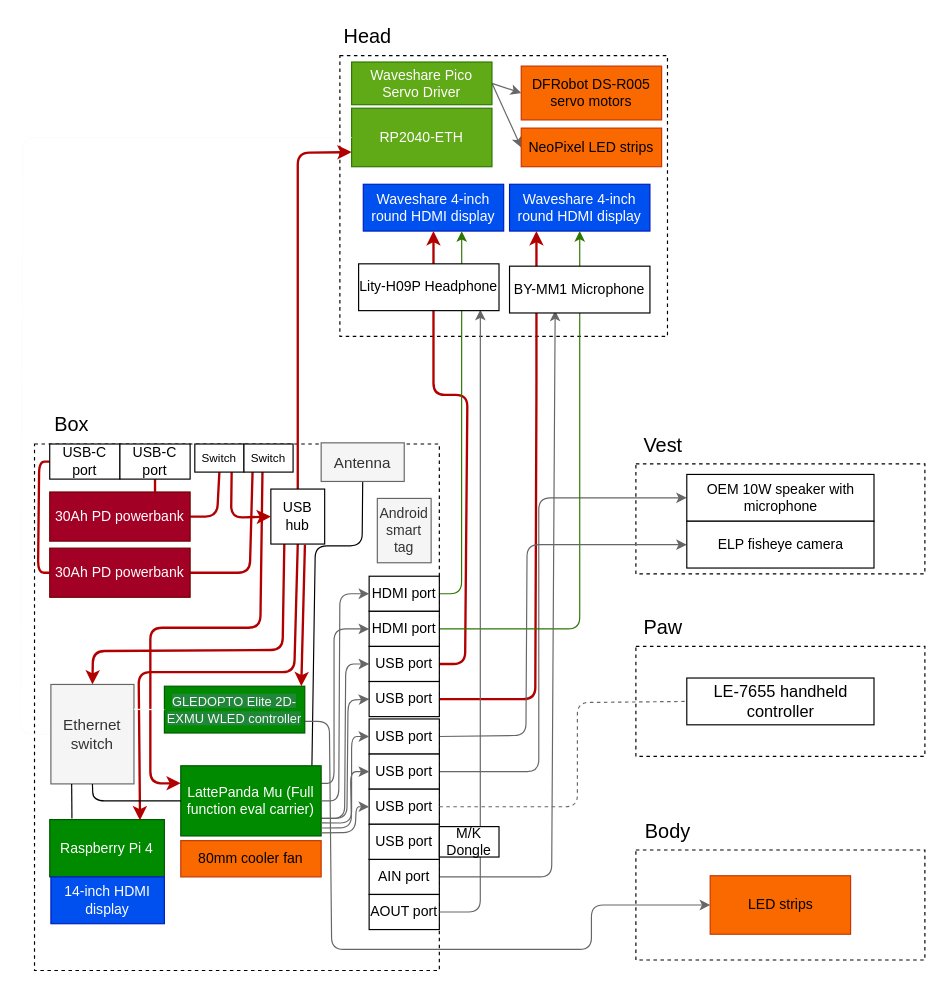
This is Planning/Hardware.drawio from MekhyW/DYNAMO2-Electronic-Fursuit-3.0, a draw.io file, before an edit. Source tidied: cells renumbered, new cells numbered last; positions are measured from the earlier drawing's top-left corner, leaving out a move shared by most shapes. Both pictures are drawn from the tidied source at 117%, with x=0, y=0 at pixel (20, 20).
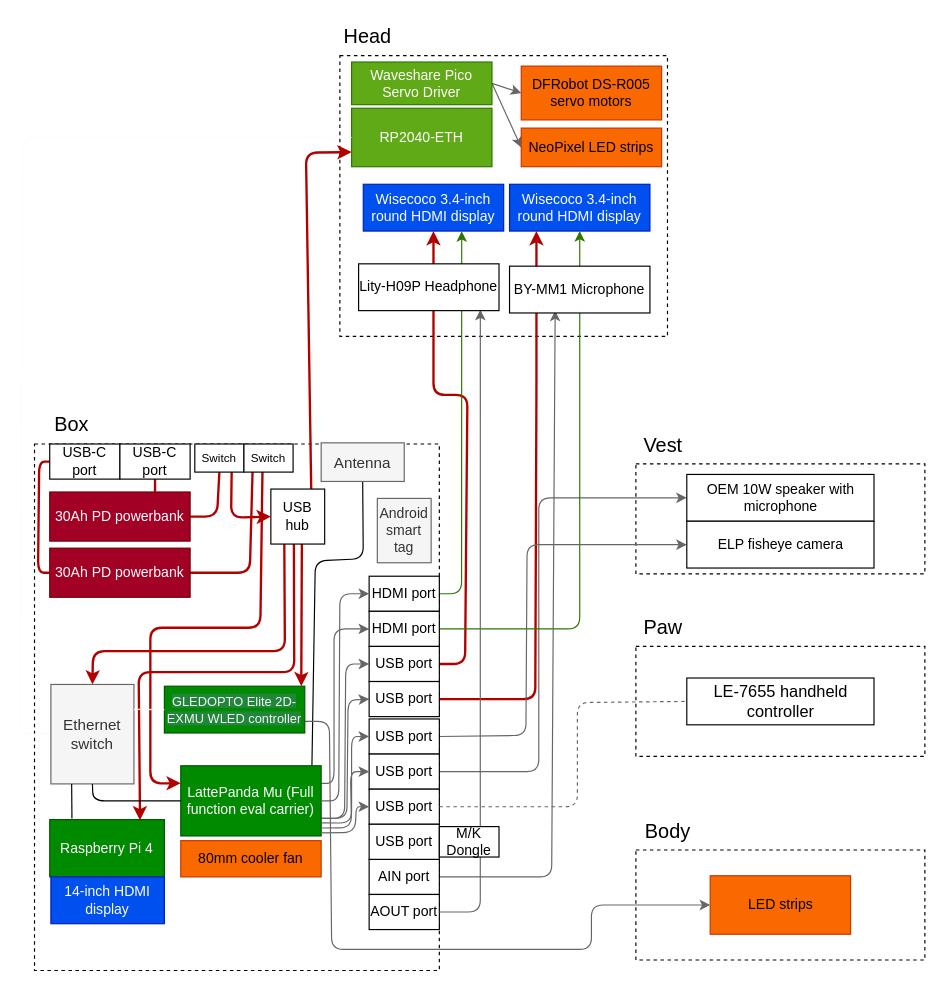
The same page after the edit.

Commit message (it also covers changes not shown here):
eye screens have to be 3.4-inch not 4-inch

Unchanged cells that the change refers to:
```xml
<mxCell id="6" value="RP2040-ETH" style="rounded=0;whiteSpace=wrap;html=1;fillColor=#60a917;fontColor=#ffffff;strokeColor=#2D7600;" parent="1" vertex="1">
  <mxGeometry x="283" y="75" width="120" height="50" as="geometry" />
</mxCell>
<mxCell id="18" value="LattePanda Mu (Full function eval carrier)" style="rounded=0;whiteSpace=wrap;html=1;fillColor=#008a00;fontColor=#ffffff;strokeColor=#005700;" parent="1" vertex="1">
  <mxGeometry x="137" y="637" width="120" height="60" as="geometry" />
</mxCell>
<mxCell id="20" value="&lt;span style=&quot;box-sizing: inherit; user-select: text; cursor: text; background: none 0% 0% / auto repeat scroll padding-box border-box rgb(34, 134, 58); color: rgb(246, 248, 250); font-size: 11px; text-align: start;&quot; class=&quot;cm-diff-add-inner&quot;&gt;GLEDOPTO Elite 2D-EXMU WLED controller&lt;/span&gt;" style="rounded=0;whiteSpace=wrap;html=1;fillColor=#008a00;fontColor=#ffffff;strokeColor=#005700;" parent="1" vertex="1">
  <mxGeometry x="123" y="569" width="120" height="40" as="geometry" />
</mxCell>
<mxCell id="51" value="Ethernet switch" style="whiteSpace=wrap;html=1;labelBackgroundColor=none;fontSize=13;fillColor=#f5f5f5;fontColor=#333333;strokeColor=#666666;" parent="1" vertex="1">
  <mxGeometry x="26" y="567.5" width="71" height="85" as="geometry" />
</mxCell>
<mxCell id="53" value="Raspberry Pi 4" style="rounded=0;whiteSpace=wrap;html=1;fillColor=#008a00;fontColor=#ffffff;strokeColor=#005700;" parent="1" vertex="1">
  <mxGeometry x="25" y="683" width="98" height="49" as="geometry" />
</mxCell>
<mxCell id="58" value="Antenna" style="whiteSpace=wrap;html=1;labelBackgroundColor=none;fontSize=13;fillColor=#f5f5f5;fontColor=#333333;strokeColor=#666666;" parent="1" vertex="1">
  <mxGeometry x="257" y="361" width="71" height="33" as="geometry" />
</mxCell>
<mxCell id="69" value="USB hub" style="rounded=0;whiteSpace=wrap;html=1;" parent="1" vertex="1">
  <mxGeometry x="214" y="400.5" width="46" height="47" as="geometry" />
</mxCell>
```

What changed in the source:
```diff
@@
-    <mxCell id="8" value="Waveshare 4-inch round HDMI display" style="rounded=0;whiteSpace=wrap;html=1;fillColor=#0050ef;fontColor=#ffffff;strokeColor=#001DBC;" parent="1" vertex="1">
+    <mxCell id="8" value="Wisecoco 3.4-inch round HDMI display" style="rounded=0;whiteSpace=wrap;html=1;fillColor=#0050ef;fontColor=#ffffff;strokeColor=#001DBC;" parent="1" vertex="1">
       <mxGeometry x="418" y="140" width="120" height="40" as="geometry" />
     </mxCell>
@@
     <mxCell id="17" style="edgeStyle=none;html=1;exitX=0.934;exitY=0.015;exitDx=0;exitDy=0;entryX=0.5;entryY=1;entryDx=0;entryDy=0;exitPerimeter=0;endArrow=none;endFill=0;" parent="1" edge="1" source="18" target="58">
       <mxGeometry relative="1" as="geometry">
         <Array as="points">
-          <mxPoint x="252" y="449" />
-          <mxPoint x="292" y="449" />
+          <mxPoint x="252" y="462" />
+          <mxPoint x="293" y="460" />
         </Array>
       </mxGeometry>
     </mxCell>
@@
-    <mxCell id="21" value="Waveshare 4-inch round HDMI display" style="rounded=0;whiteSpace=wrap;html=1;fillColor=#0050ef;fontColor=#ffffff;strokeColor=#001DBC;" parent="1" vertex="1">
+    <mxCell id="21" value="Wisecoco 3.4-inch round HDMI display" style="rounded=0;whiteSpace=wrap;html=1;fillColor=#0050ef;fontColor=#ffffff;strokeColor=#001DBC;" parent="1" vertex="1">
       <mxGeometry x="293" y="140" width="120" height="40" as="geometry" />
     </mxCell>
@@
     <mxCell id="44" style="edgeStyle=none;html=1;exitX=0.25;exitY=1;exitDx=0;exitDy=0;entryX=0.5;entryY=0;entryDx=0;entryDy=0;strokeColor=#B20000;fontSize=13;endArrow=classic;endFill=1;fillColor=#a20025;strokeWidth=2;" parent="1" edge="1" source="69" target="51">
       <mxGeometry relative="1" as="geometry">
         <Array as="points">
-          <mxPoint x="224" y="538" />
+          <mxPoint x="226" y="539" />
           <mxPoint x="62" y="539" />
         </Array>
       </mxGeometry>
     </mxCell>
-    <mxCell id="45" style="edgeStyle=none;html=1;exitX=0.5;exitY=0;exitDx=0;exitDy=0;entryX=0;entryY=0.75;entryDx=0;entryDy=0;endArrow=classic;endFill=1;strokeColor=#B20000;strokeWidth=2;" parent="1" edge="1" source="69" target="6">
+    <mxCell id="45" style="edgeStyle=none;html=1;exitX=0.75;exitY=0;exitDx=0;exitDy=0;entryX=0;entryY=0.75;entryDx=0;entryDy=0;endArrow=classic;endFill=1;strokeColor=#B20000;strokeWidth=2;" parent="1" edge="1" source="69" target="6">
       <mxGeometry relative="1" as="geometry">
         <Array as="points">
-          <mxPoint x="237" y="113" />
+          <mxPoint x="244" y="113" />
         </Array>
       </mxGeometry>
     </mxCell>
@@
-    <mxCell id="55" style="edgeStyle=none;html=1;exitX=0.5;exitY=1;exitDx=0;exitDy=0;startArrow=none;fillColor=#e51400;strokeColor=#B20000;strokeWidth=2;entryX=0.787;entryY=0.012;entryDx=0;entryDy=0;entryPerimeter=0;" parent="1" edge="1" source="69" target="53">
+    <mxCell id="55" style="edgeStyle=none;html=1;exitX=0.428;exitY=0.985;exitDx=0;exitDy=0;startArrow=none;fillColor=#e51400;strokeColor=#B20000;strokeWidth=2;entryX=0.787;entryY=0.012;entryDx=0;entryDy=0;entryPerimeter=0;exitPerimeter=0;" parent="1" edge="1" source="69" target="53">
       <mxGeometry relative="1" as="geometry">
         <Array as="points">
           <mxPoint x="234" y="557" />
           <mxPoint x="101" y="557" />
           <mxPoint x="102" y="663" />
         </Array>
       </mxGeometry>
     </mxCell>
@@
-    <mxCell id="68" style="edgeStyle=none;html=1;exitX=0.633;exitY=1.012;exitDx=0;exitDy=0;strokeColor=#B20000;strokeWidth=2;entryX=0.975;entryY=0;entryDx=0;entryDy=0;entryPerimeter=0;exitPerimeter=0;" parent="1" edge="1" source="69" target="20">
+    <mxCell id="68" style="edgeStyle=none;html=1;exitX=0.576;exitY=0.994;exitDx=0;exitDy=0;strokeColor=#B20000;strokeWidth=2;entryX=0.975;entryY=0;entryDx=0;entryDy=0;entryPerimeter=0;exitPerimeter=0;" parent="1" edge="1" source="69" target="20">
       <mxGeometry relative="1" as="geometry" />
     </mxCell>
```
